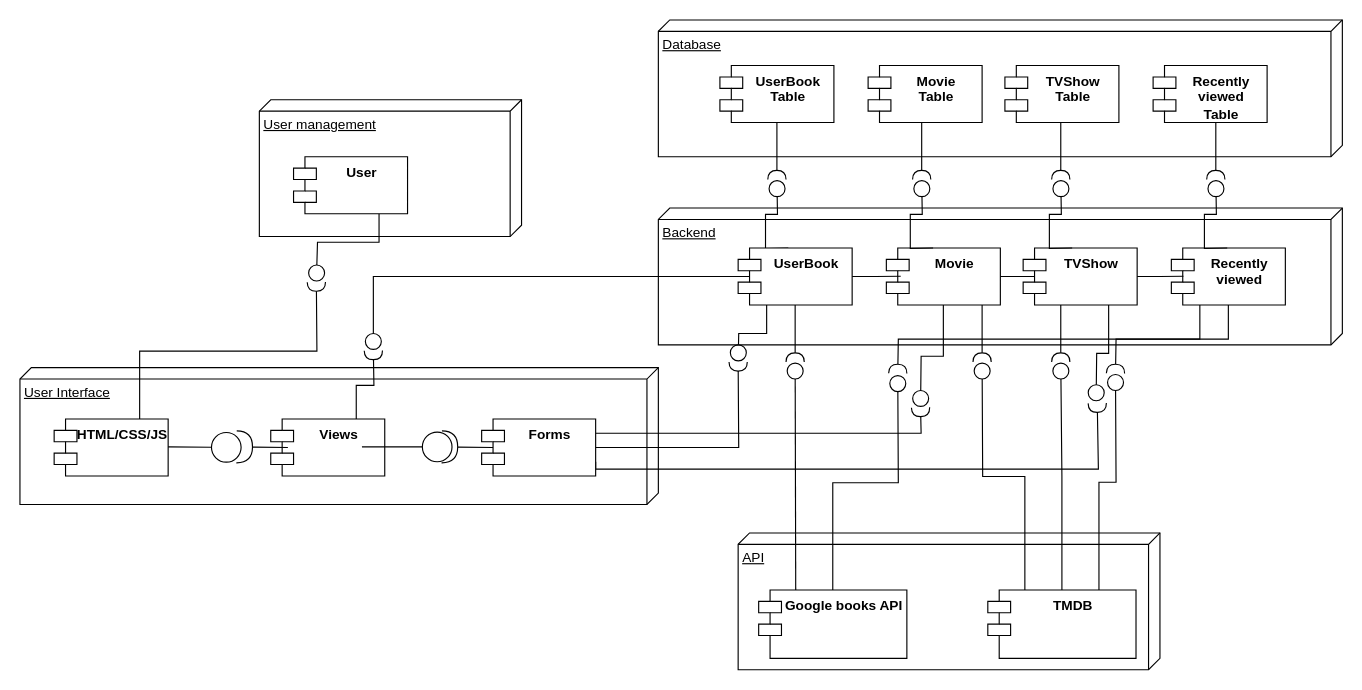
Above: page "Component" (7 of 8) of UML/UML diagrams.drawio in yuliia-zinchenko/OOP (draw.io), before the change. Source tidied: cells renumbered, new cells numbered last; positions are measured from the earlier drawing's top-left corner, leaving out a move shared by most shapes. Both pictures are drawn from the tidied source at 114%, with x=0, y=0 at pixel (19, 19).
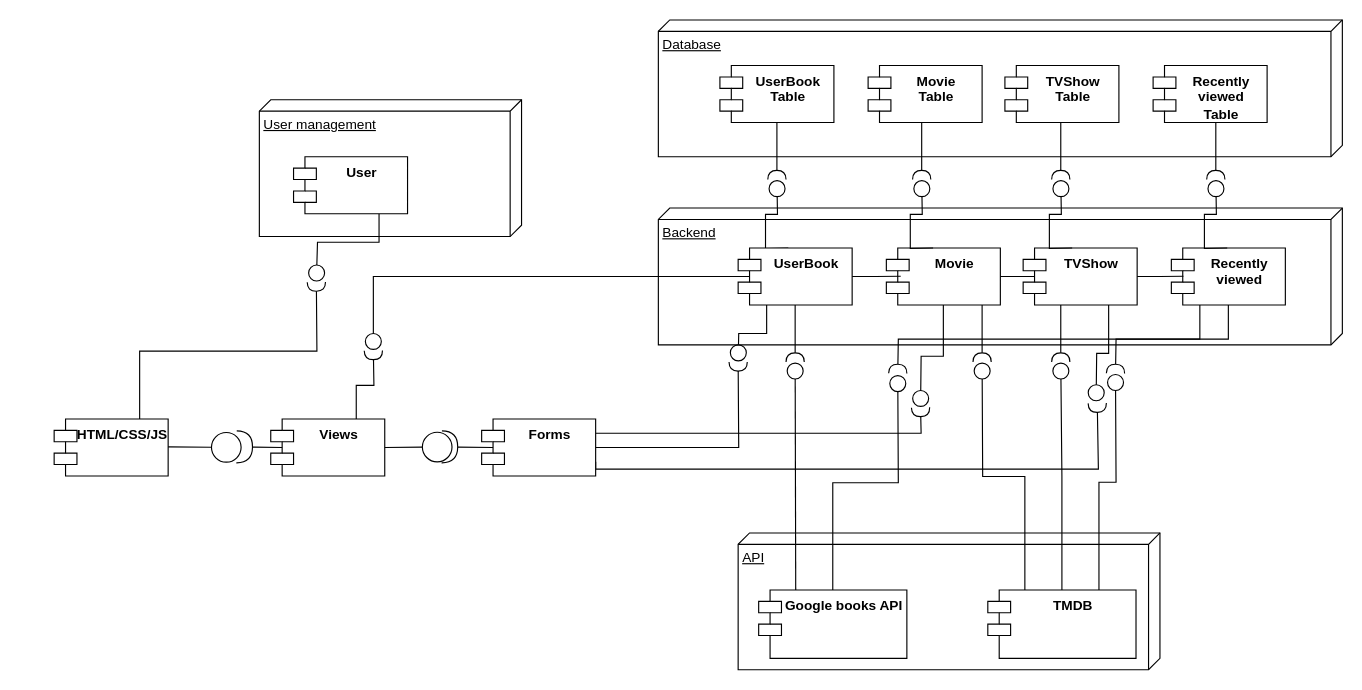
After the change.

Commit message (it also covers changes not shown here):
Added new Component diagram

What changed in the source:
```diff
@@
-    <mxCell id="13" value="User Interface" style="verticalAlign=top;align=left;spacingTop=8;spacingLeft=2;spacingRight=12;shape=cube;size=10;direction=south;fontStyle=4;html=1;whiteSpace=wrap;" parent="1" vertex="1">
-      <mxGeometry y="305" width="560" height="120" as="geometry" />
-    </mxCell>
@@
     <mxCell id="49" style="endArrow=halfCircle;endFill=0;endSize=12;html=1;rounded=0;" parent="1" edge="1">
       <mxGeometry relative="1" as="geometry">
-        <mxPoint x="235" y="375" as="sourcePoint" />
+        <mxPoint x="230" y="375" as="sourcePoint" />
         <mxPoint x="190" y="374.5" as="targetPoint" />
       </mxGeometry>
     </mxCell>
     <mxCell id="50" style="endArrow=circle;endFill=0;endSize=12;html=1;rounded=0;" parent="1" edge="1">
       <mxGeometry relative="1" as="geometry">
-        <mxPoint x="300" y="374.5" as="sourcePoint" />
+        <mxPoint x="320" y="375" as="sourcePoint" />
         <mxPoint x="380" y="374.5" as="targetPoint" />
       </mxGeometry>
     </mxCell>
```
